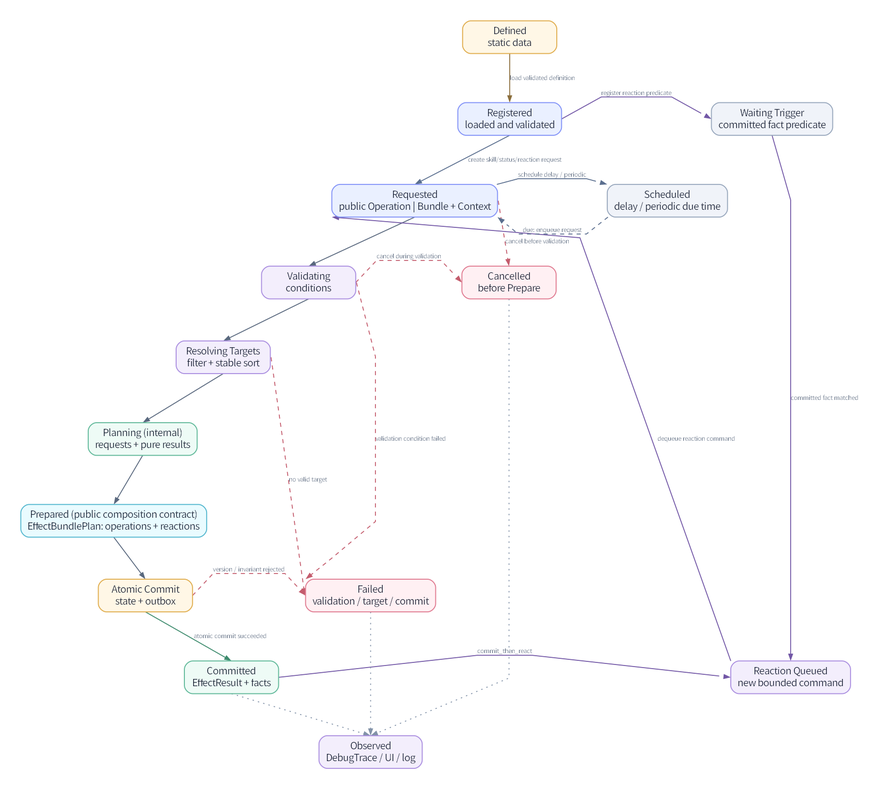
Above: assets/diagrams/14_effect_lifecycle_state_diagram.png in JY-LemongO/game-system-framework-knowledge-site (Graphviz), before the change. Its source is kept beside it as source/diagrams/14_effect_lifecycle_state_diagram.dot.
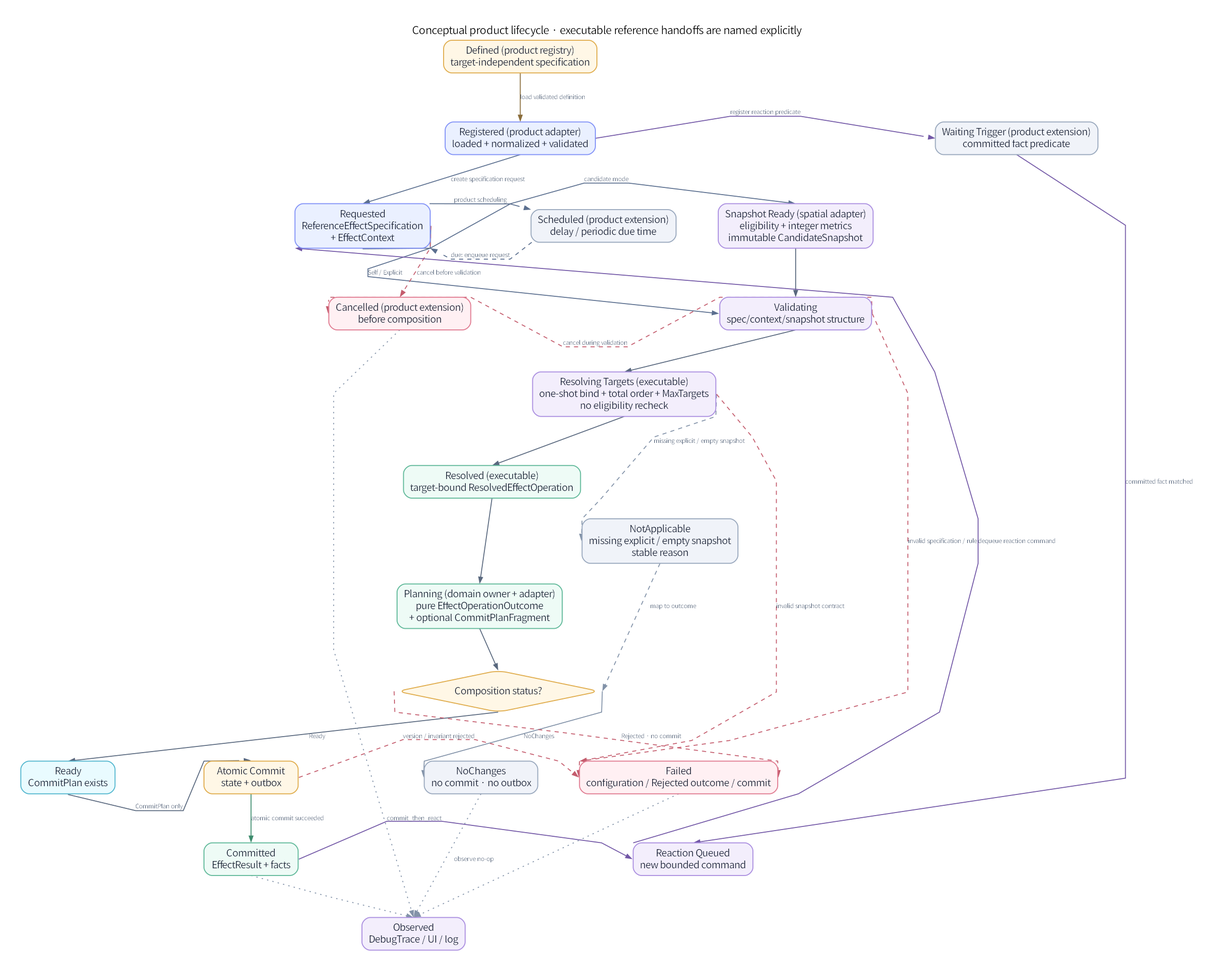
After the change.

What changed in the source:
```diff
@@ -1,52 +1,68 @@
 digraph G {
-  graph [fontname="Noto Sans KR", bgcolor="#ffffff", margin=0.12, pad=0.30, ranksep=0.82, nodesep=0.85, newrank=true, outputorder=edgesfirst, splines=polyline];
+  graph [fontname="Noto Sans KR", bgcolor="#ffffff", margin=0.12, pad=0.30, ranksep=0.82, nodesep=0.85, newrank=true, outputorder=edgesfirst, splines=polyline, label="Conceptual product lifecycle · executable reference handoffs are named explicitly", labelloc=t, fontsize=16];
   node [fontname="Noto Sans KR", shape=box, style="rounded,filled", color="#bac7db", penwidth=1.4, fillcolor="#ffffff", fontcolor="#182033", margin="0.14,0.09"];
   edge [fontname="Noto Sans KR", color="#59687e", fontcolor="#46566e", fontsize=9, arrowsize=0.8, penwidth=1.3];
   rankdir=TB;
   node [shape=box, style="rounded,filled", width=1.9, height=0.5];
 
-  Defined [label="Defined\nstatic data", fillcolor="#fff7e6", color="#e0ad4e"];
-  Registered [label="Registered\nloaded and validated", fillcolor="#eaf0ff", color="#8292f7"];
-  Requested [label="Requested\npublic Operation | Bundle + Context", fillcolor="#eaf0ff", color="#8292f7"];
-  Validating [label="Validating\nconditions", fillcolor="#f3eefc", color="#ab8fe0"];
-  ResolvingTargets [label="Resolving Targets\nfilter + stable sort", fillcolor="#f3eefc", color="#ab8fe0"];
-  Planning [label="Planning (internal)\nrequests + pure results", fillcolor="#eefbf6", color="#61b99a"];
-  Prepared [label="Prepared (public composition contract)\nEffectBundlePlan: operations + reactions", fillcolor="#e9fbff", color="#54b7cf"];
+  Defined [label="Defined (product registry)\ntarget-independent specification", fillcolor="#fff7e6", color="#e0ad4e"];
+  Registered [label="Registered (product adapter)\nloaded + normalized + validated", fillcolor="#eaf0ff", color="#8292f7"];
+  Requested [label="Requested\nReferenceEffectSpecification\n+ EffectContext", fillcolor="#eaf0ff", color="#8292f7"];
+  SnapshotReady [label="Snapshot Ready (spatial adapter)\neligibility + integer metrics\nimmutable CandidateSnapshot", fillcolor="#f3eefc", color="#ab8fe0"];
+  Validating [label="Validating\nspec/context/snapshot structure", fillcolor="#f3eefc", color="#ab8fe0"];
+  ResolvingTargets [label="Resolving Targets (executable)\none-shot bind + total order + MaxTargets\nno eligibility recheck", fillcolor="#f3eefc", color="#ab8fe0"];
+  Resolved [label="Resolved (executable)\ntarget-bound ResolvedEffectOperation", fillcolor="#eefbf6", color="#61b99a"];
+  Planning [label="Planning (domain owner + adapter)\npure EffectOperationOutcome\n+ optional CommitPlanFragment", fillcolor="#eefbf6", color="#61b99a"];
+  Prepared [shape=diamond, label="Composition status?", fillcolor="#fff7e6", color="#e0ad4e"];
+  Ready [label="Ready\nCommitPlan exists", fillcolor="#e9fbff", color="#54b7cf"];
+  NotApplicable [label="NotApplicable\nmissing explicit / empty snapshot\nstable reason", fillcolor="#f0f3f9", color="#99a8bd"];
+  NoCommit [label="NoChanges\nno commit · no outbox", fillcolor="#f0f3f9", color="#99a8bd"];
   Committing [label="Atomic Commit\nstate + outbox", fillcolor="#fff7e6", color="#e0ad4e"];
   Committed [label="Committed\nEffectResult + facts", fillcolor="#eefbf6", color="#61b99a"];
   ReactionQueued [label="Reaction Queued\nnew bounded command", fillcolor="#f3eefc", color="#ab8fe0"];
-  Scheduled [label="Scheduled\ndelay / periodic due time", fillcolor="#f0f3f9", color="#99a8bd"];
-  WaitingTrigger [label="Waiting Trigger\ncommitted fact predicate", fillcolor="#f0f3f9", color="#99a8bd"];
-  Cancelled [label="Cancelled\nbefore Prepare", fillcolor="#fff0f3", color="#e07b91"];
-  Failed [label="Failed\nvalidation / target / commit", fillcolor="#fff0f3", color="#e07b91"];
+  Scheduled [label="Scheduled (product extension)\ndelay / periodic due time", fillcolor="#f0f3f9", color="#99a8bd"];
+  WaitingTrigger [label="Waiting Trigger (product extension)\ncommitted fact predicate", fillcolor="#f0f3f9", color="#99a8bd"];
+  Cancelled [label="Cancelled (product extension)\nbefore composition", fillcolor="#fff0f3", color="#e07b91"];
+  Failed [label="Failed\nconfiguration / Rejected outcome / commit", fillcolor="#fff0f3", color="#e07b91"];
   Logged [label="Observed\nDebugTrace / UI / log", fillcolor="#f3eefc", color="#ab8fe0"];
 
   { rank=same; Registered; WaitingTrigger; }
   { rank=same; Requested; Scheduled; }
+  { rank=same; SnapshotReady; Scheduled; }
   { rank=same; Validating; Cancelled; }
+  { rank=same; Ready; NoCommit; Failed; }
   { rank=same; Committing; Failed; }
   { rank=same; Committed; ReactionQueued; }
 
   Defined:s -> Registered:n [label="load validated definition" color="#8A6D3B"];
-  Registered:s -> Requested:n [label="create skill/status/reaction request" color="#5B6F8F"];
-  Requested:s -> Validating:n;
+  Registered:s -> Requested:n [label="create specification request" color="#5B6F8F"];
+  Requested:s -> SnapshotReady:n [label="candidate mode" color="#5B6F8F"];
+  Requested:e -> Validating:w [label="Self / Explicit" color="#5B6F8F" constraint=false];
+  SnapshotReady:s -> Validating:n;
   Validating:s -> ResolvingTargets:n;
-  ResolvingTargets:s -> Planning:n;
+  ResolvingTargets:s -> Resolved:n;
+  Resolved:s -> Planning:n;
   Planning:s -> Prepared:n;
-  Prepared:s -> Committing:n;
+  ResolvingTargets:e -> NotApplicable:w [label="missing explicit / empty snapshot" color="#8292A8" style=dashed];
+  NotApplicable:s -> Prepared:e [label="map to outcome" color="#8292A8" style=dashed];
+  Prepared:s -> Ready:n [label="Ready"];
+  Ready:s -> Committing:n [label="CommitPlan only"];
+  Prepared:e -> NoCommit:w [label="NoChanges" color="#8292A8"];
+  Prepared:w -> Failed:e [label="Rejected · no commit" color="#C45C6D" style=dashed];
   Committing:s -> Committed:n [label="atomic commit succeeded" color="#3D8B6D"];
-  Validating:e -> Failed:nw [label="validation condition failed" color="#C45C6D" style=dashed];
-  ResolvingTargets:e -> Failed:w [label="no valid target" color="#C45C6D" style=dashed];
+  Validating:e -> Failed:nw [label="invalid specification / rule" color="#C45C6D" style=dashed];
+  ResolvingTargets:e -> Failed:w [label="invalid snapshot contract" color="#C45C6D" style=dashed];
   Committing:e -> Failed:w [label="version / invariant rejected" color="#C45C6D" style=dashed];
   Requested:e -> Cancelled:n [label="cancel before validation" color="#C45C6D" style=dashed];
   Validating:e -> Cancelled:w [label="cancel during validation" color="#C45C6D" constraint=false style=dashed];
-  Requested:ne -> Scheduled:nw [label="schedule delay / periodic" color="#5B6F8F"];
+  Requested:ne -> Scheduled:nw [label="product scheduling" color="#5B6F8F"];
   Scheduled:sw -> Requested:se [label="due: enqueue request" color="#5B6F8F" constraint=false style=dashed];
   Registered:e -> WaitingTrigger:w [label="register reaction predicate" color="#7257A6"];
   WaitingTrigger:s -> ReactionQueued:n [label="committed fact matched" color="#7257A6"];
   ReactionQueued:nw -> Requested:sw [label="dequeue reaction command" color="#7257A6" constraint=false];
   Committed:e -> ReactionQueued:w [label="commit_then_react" color="#7257A6"];
   Committed:s -> Logged:n [color="#8292A8" style=dotted];
+  NoCommit:s -> Logged:n [label="observe no-op" color="#8292A8" style=dotted];
   Failed:s -> Logged:n [color="#8292A8" style=dotted];
   Cancelled:s -> Logged:n [color="#8292A8" style=dotted];
 }
```
